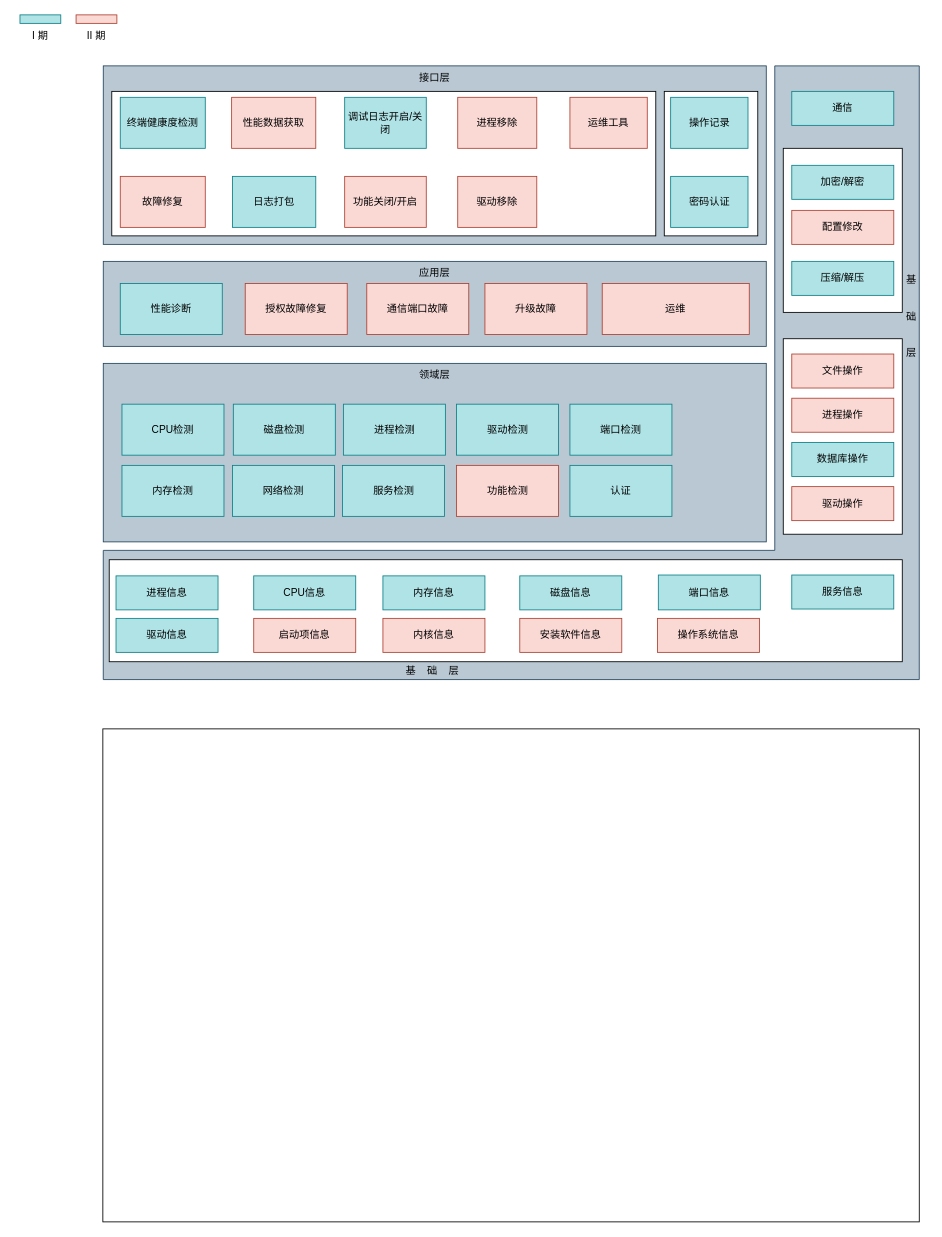
The draw.io diagram 未命名绘图.drawio in KoterRomanov/UML, before the edit. Source tidied: cells renumbered, new cells numbered last; positions are measured from the earlier drawing's top-left corner, leaving out a move shared by most shapes. Both pictures are drawn from the tidied source at 85%, with x=0, y=0 at pixel (14, 14).
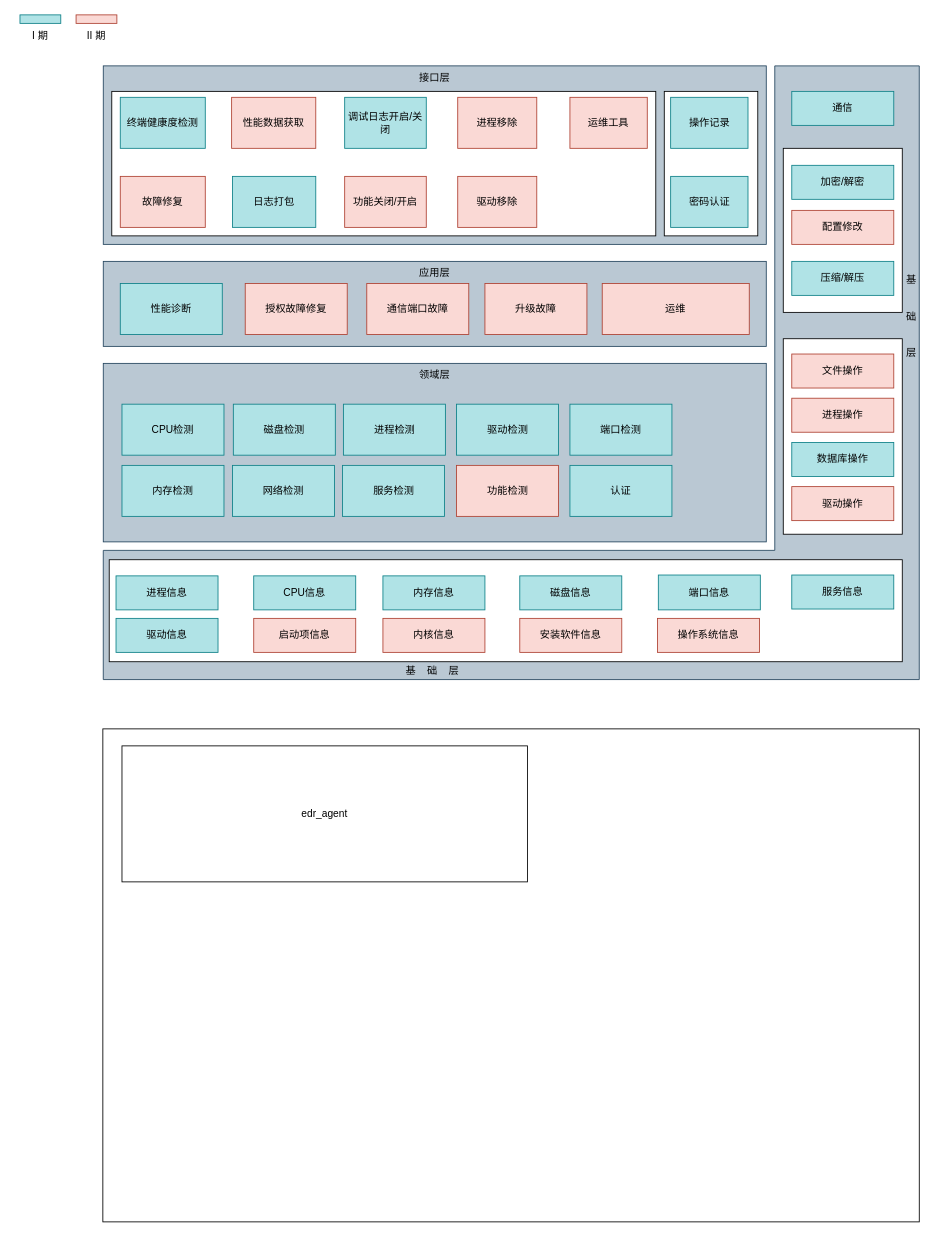
After the change.

Commit message:
更新未命名绘图.drawio

What changed in the source:
```diff
@@
+    <mxCell id="63" value="edr_agent" style="rounded=0;whiteSpace=wrap;html=1;" parent="1" vertex="1">
+      <mxGeometry x="126" y="860" width="477" height="160" as="geometry" />
+    </mxCell>
```
